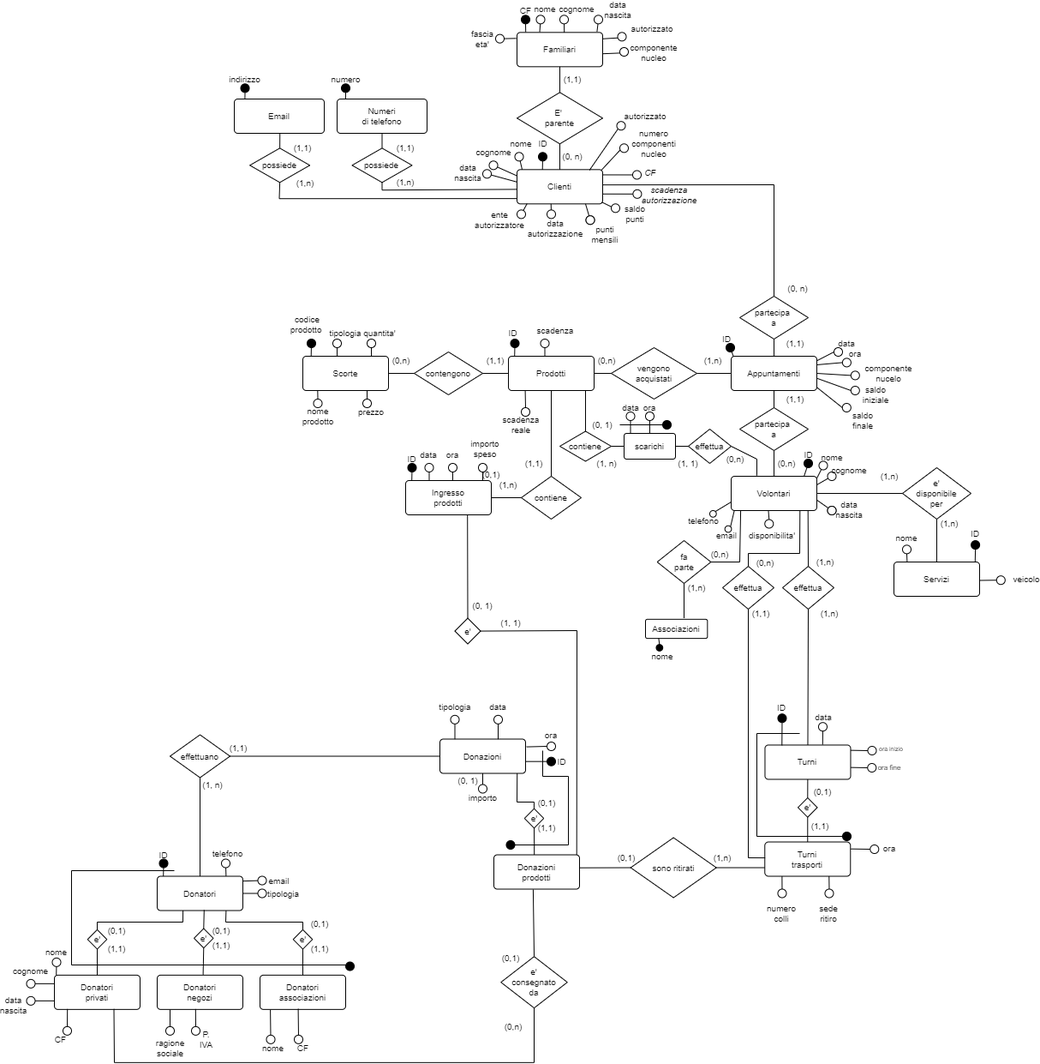
This is parte_1/deliverable/media/social_market_v2_ristrutturato.drawio.png from ChristianParodi/progetto-BDD, a draw.io export, as it was before one commit. Source tidied: cells renumbered, new cells last; positions are measured from the earlier drawing's top-left corner, leaving out a move shared by most shapes.
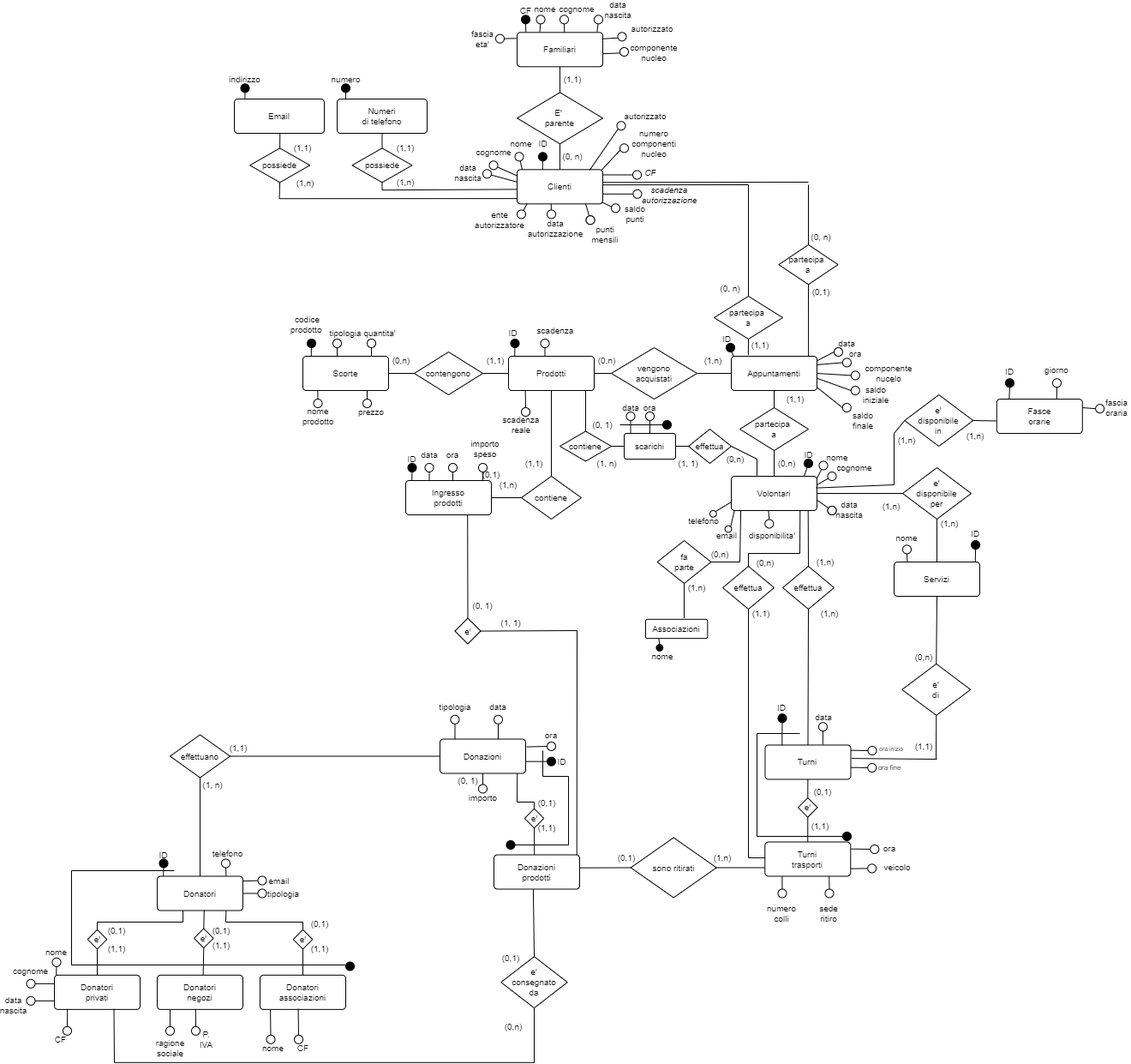
The same file after the commit.

Change to the diagram source:
```diff
@@ -73,14 +73,14 @@
       <mxGeometry x="510" y="856.5" width="100" height="40" as="geometry" />
     </mxCell>
     <mxCell id="24" value="partecipa&amp;nbsp;&lt;br style=&quot;font-size: 10px;&quot;&gt;a" style="shape=rhombus;perimeter=rhombusPerimeter;whiteSpace=wrap;html=1;align=center;fontSize=10;" parent="1" vertex="1">
-      <mxGeometry x="860" y="340" width="80" height="50" as="geometry" />
+      <mxGeometry x="830" y="340" width="80" height="50" as="geometry" />
     </mxCell>
     <mxCell id="25" style="endArrow=none;html=1;rounded=0;entryX=0.996;entryY=0.446;entryDx=0;entryDy=0;fontSize=10;entryPerimeter=0;" parent="1" edge="1" target="2">
       <mxGeometry relative="1" as="geometry">
-        <mxPoint x="900" y="210" as="sourcePoint" />
+        <mxPoint x="870" y="210" as="sourcePoint" />
       </mxGeometry>
     </mxCell>
-    <mxCell id="26" style="endArrow=none;html=1;rounded=0;entryX=0.5;entryY=1;entryDx=0;entryDy=0;exitX=0.5;exitY=0;exitDx=0;exitDy=0;fontSize=10;" parent="1" edge="1" source="11" target="24">
+    <mxCell id="26" style="endArrow=none;html=1;rounded=0;entryX=0.5;entryY=1;entryDx=0;entryDy=0;exitX=0.199;exitY=-0.034;exitDx=0;exitDy=0;fontSize=10;exitPerimeter=0;" parent="1" edge="1" source="11" target="24">
       <mxGeometry relative="1" as="geometry" />
     </mxCell>
     <mxCell id="27" value="partecipa&amp;nbsp;&lt;br style=&quot;font-size: 10px;&quot;&gt;a" style="shape=rhombus;perimeter=rhombusPerimeter;whiteSpace=wrap;html=1;align=center;fontSize=10;" parent="1" vertex="1">
@@ -118,7 +118,7 @@
     </mxCell>
     <mxCell id="38" style="endArrow=none;html=1;rounded=0;exitX=0.5;exitY=0;exitDx=0;exitDy=0;fontSize=10;" parent="1" edge="1" source="24">
       <mxGeometry relative="1" as="geometry">
-        <mxPoint x="900" y="210" as="targetPoint" />
+        <mxPoint x="870" y="210" as="targetPoint" />
       </mxGeometry>
     </mxCell>
     <mxCell id="39" value="sono ritirati" style="shape=rhombus;perimeter=rhombusPerimeter;whiteSpace=wrap;html=1;align=center;fontSize=10;" parent="1" vertex="1">
@@ -171,10 +171,10 @@
       </mxGeometry>
     </mxCell>
     <mxCell id="54" value="(0, n)" style="text;html=1;strokeColor=none;fillColor=none;align=center;verticalAlign=middle;whiteSpace=wrap;rounded=0;fontSize=10;" parent="1" vertex="1">
-      <mxGeometry x="912.7" y="326.3" width="30" height="10" as="geometry" />
+      <mxGeometry x="834" y="326.3" width="30" height="10" as="geometry" />
     </mxCell>
     <mxCell id="55" value="(1,1)" style="text;html=1;strokeColor=none;fillColor=none;align=center;verticalAlign=middle;whiteSpace=wrap;rounded=0;fontSize=10;" parent="1" vertex="1">
-      <mxGeometry x="910" y="390" width="30" height="10" as="geometry" />
+      <mxGeometry x="869.3" y="392.4" width="30" height="10" as="geometry" />
     </mxCell>
     <mxCell id="56" value="(1,n)" style="text;html=1;strokeColor=none;fillColor=none;align=center;verticalAlign=middle;whiteSpace=wrap;rounded=0;fontSize=10;" parent="1" vertex="1">
       <mxGeometry x="814" y="410" width="30" height="10" as="geometry" />
@@ -219,7 +219,7 @@
       <mxGeometry x="870" y="705" width="30" height="10" as="geometry" />
     </mxCell>
     <mxCell id="70" value="(1,n)" style="text;html=1;strokeColor=none;fillColor=none;align=center;verticalAlign=middle;whiteSpace=wrap;rounded=0;fontSize=10;" parent="1" vertex="1">
-      <mxGeometry x="1020" y="545" width="30" height="10" as="geometry" />
+      <mxGeometry x="1022.3" y="580" width="30" height="10" as="geometry" />
     </mxCell>
     <mxCell id="71" value="(1,n)" style="text;html=1;strokeColor=none;fillColor=none;align=center;verticalAlign=middle;whiteSpace=wrap;rounded=0;fontSize=10;" parent="1" vertex="1">
       <mxGeometry x="1090" y="600" width="30" height="10" as="geometry" />
@@ -460,7 +460,7 @@
       <mxGeometry x="952.5" y="532.5" width="10" height="10" as="geometry" />
     </mxCell>
     <mxCell id="147" value="nome" style="text;html=1;strokeColor=none;fillColor=none;align=center;verticalAlign=middle;whiteSpace=wrap;rounded=0;fontSize=10;" parent="1" vertex="1">
-      <mxGeometry x="952.5" y="522.5" width="30" height="10" as="geometry" />
+      <mxGeometry x="959.3" y="522.5" width="30" height="10" as="geometry" />
     </mxCell>
     <mxCell id="148" style="endArrow=none;html=1;rounded=0;exitX=1;exitY=0.25;exitDx=0;exitDy=0;fontSize=10;" parent="1" edge="1" source="14" target="149">
       <mxGeometry relative="1" as="geometry" />
@@ -469,7 +469,7 @@
       <mxGeometry x="962.5" y="545" width="10" height="10" as="geometry" />
     </mxCell>
     <mxCell id="150" value="cognome" style="text;html=1;strokeColor=none;fillColor=none;align=center;verticalAlign=middle;whiteSpace=wrap;rounded=0;fontSize=10;" parent="1" vertex="1">
-      <mxGeometry x="972.5" y="537.5" width="30" height="10" as="geometry" />
+      <mxGeometry x="979.3" y="535" width="30" height="10" as="geometry" />
     </mxCell>
     <mxCell id="151" style="endArrow=none;html=1;rounded=0;exitX=1.003;exitY=0.698;exitDx=0;exitDy=0;exitPerimeter=0;fontSize=10;" parent="1" edge="1" source="14" target="152">
       <mxGeometry relative="1" as="geometry" />
@@ -729,7 +729,7 @@
       </mxGeometry>
     </mxCell>
     <mxCell id="229" value="ID" style="text;html=1;strokeColor=none;fillColor=none;align=center;verticalAlign=middle;whiteSpace=wrap;rounded=0;fontSize=10;" parent="1" vertex="1">
-      <mxGeometry x="1120" y="610.5" width="30" height="12.3" as="geometry" />
+      <mxGeometry x="1120.1" y="610.5" width="30" height="12.3" as="geometry" />
     </mxCell>
     <mxCell id="230" style="ellipse;whiteSpace=wrap;html=1;fillColor=#000000;fontSize=10;" parent="1" vertex="1">
       <mxGeometry x="1130.1" y="625.1" width="10" height="10" as="geometry" />
@@ -739,14 +739,14 @@
     </mxCell>
     <mxCell id="232" style="endArrow=none;html=1;rounded=0;exitX=1.002;exitY=0.192;exitDx=0;exitDy=0;entryX=0;entryY=0.5;entryDx=0;entryDy=0;exitPerimeter=0;fontSize=10;" parent="1" edge="1" target="234">
       <mxGeometry relative="1" as="geometry">
-        <mxPoint x="1139.9" y="671.5" as="sourcePoint" />
+        <mxPoint x="989.3" y="1007.7" as="sourcePoint" />
       </mxGeometry>
     </mxCell>
     <mxCell id="233" value="veicolo" style="text;html=1;strokeColor=none;fillColor=none;align=center;verticalAlign=middle;whiteSpace=wrap;rounded=0;fontSize=10;" parent="1" vertex="1">
-      <mxGeometry x="1179.8" y="663.8" width="30" height="12.3" as="geometry" />
+      <mxGeometry x="1029.2" y="1000" width="30" height="12.3" as="geometry" />
     </mxCell>
     <mxCell id="234" style="ellipse;whiteSpace=wrap;html=1;fontSize=10;" parent="1" vertex="1">
-      <mxGeometry x="1159.8" y="666.2" width="10" height="10" as="geometry" />
+      <mxGeometry x="1009.2" y="1002.4" width="10" height="10" as="geometry" />
     </mxCell>
     <mxCell id="235" style="ellipse;whiteSpace=wrap;html=1;fontSize=10;" parent="1" vertex="1">
       <mxGeometry x="1050" y="630.4" width="10" height="10" as="geometry" />
@@ -1376,5 +1376,107 @@
     <mxCell id="402" value="(0, 1)" style="text;html=1;strokeColor=none;fillColor=none;align=center;verticalAlign=middle;whiteSpace=wrap;rounded=0;fontSize=10;" parent="1" vertex="1">
       <mxGeometry x="528" y="899.5" width="30" height="10" as="geometry" />
     </mxCell>
+    <mxCell id="403" value="e'&lt;br&gt;di" style="shape=rhombus;perimeter=rhombusPerimeter;whiteSpace=wrap;html=1;align=center;fontSize=10;" parent="1" vertex="1">
+      <mxGeometry x="1049.3" y="768.8" width="80" height="60" as="geometry" />
+    </mxCell>
+    <mxCell id="404" style="endArrow=none;html=1;entryX=0.5;entryY=0;entryDx=0;entryDy=0;exitX=0.5;exitY=1;exitDx=0;exitDy=0;" parent="1" edge="1" source="15" target="403">
+      <mxGeometry relative="1" as="geometry" />
+    </mxCell>
+    <mxCell id="405" style="endArrow=none;html=1;entryX=0.5;entryY=1;entryDx=0;entryDy=0;" parent="1" edge="1" target="403">
+      <mxGeometry relative="1" as="geometry">
+        <mxPoint x="1089" y="880" as="sourcePoint" />
+      </mxGeometry>
+    </mxCell>
+    <mxCell id="406" style="endArrow=none;html=1;exitX=1.011;exitY=0.391;exitDx=0;exitDy=0;exitPerimeter=0;" parent="1" edge="1" source="16">
+      <mxGeometry relative="1" as="geometry">
+        <mxPoint x="1090" y="880" as="targetPoint" />
+      </mxGeometry>
+    </mxCell>
+    <mxCell id="407" value="(1,1)" style="text;html=1;strokeColor=none;fillColor=none;align=center;verticalAlign=middle;whiteSpace=wrap;rounded=0;fontSize=10;" parent="1" vertex="1">
+      <mxGeometry x="1060" y="860" width="30" height="10" as="geometry" />
+    </mxCell>
+    <mxCell id="408" value="(0,n)" style="text;html=1;strokeColor=none;fillColor=none;align=center;verticalAlign=middle;whiteSpace=wrap;rounded=0;fontSize=10;" parent="1" vertex="1">
+      <mxGeometry x="1060" y="756.2" width="30" height="10" as="geometry" />
+    </mxCell>
+    <mxCell id="409" value="Fasce&lt;br&gt;orarie" style="rounded=1;arcSize=10;whiteSpace=wrap;html=1;align=center;fontSize=10;" parent="1" vertex="1">
+      <mxGeometry x="1159.8" y="460" width="100" height="40" as="geometry" />
+    </mxCell>
+    <mxCell id="410" style="endArrow=none;html=1;rounded=0;exitX=0.145;exitY=-0.01;exitDx=0;exitDy=0;exitPerimeter=0;entryX=0.5;entryY=1;entryDx=0;entryDy=0;fontSize=10;" parent="1" edge="1" source="409" target="412">
+      <mxGeometry relative="1" as="geometry" />
+    </mxCell>
+    <mxCell id="411" value="ID" style="text;html=1;strokeColor=none;fillColor=none;align=center;verticalAlign=middle;whiteSpace=wrap;rounded=0;fontSize=10;" parent="1" vertex="1">
+      <mxGeometry x="1160" y="421.6" width="30" height="12.3" as="geometry" />
+    </mxCell>
+    <mxCell id="412" style="ellipse;whiteSpace=wrap;html=1;fillColor=#000000;fontSize=10;" parent="1" vertex="1">
+      <mxGeometry x="1170" y="436.2" width="10" height="10" as="geometry" />
+    </mxCell>
+    <mxCell id="413" style="ellipse;whiteSpace=wrap;html=1;fontSize=10;" parent="1" vertex="1">
+      <mxGeometry x="1225" y="436.2" width="10" height="10" as="geometry" />
+    </mxCell>
+    <mxCell id="414" style="endArrow=none;html=1;rounded=0;exitX=0.7;exitY=-0.003;exitDx=0;exitDy=0;exitPerimeter=0;fontSize=10;entryX=0.5;entryY=1;entryDx=0;entryDy=0;" parent="1" edge="1" source="409" target="413">
+      <mxGeometry relative="1" as="geometry" />
+    </mxCell>
+    <mxCell id="415" value="giorno" style="text;html=1;strokeColor=none;fillColor=none;align=center;verticalAlign=middle;whiteSpace=wrap;rounded=0;fontSize=10;" parent="1" vertex="1">
+      <mxGeometry x="1215" y="420" width="30" height="12.3" as="geometry" />
+    </mxCell>
+    <mxCell id="416" style="ellipse;whiteSpace=wrap;html=1;fontSize=10;" parent="1" vertex="1">
+      <mxGeometry x="1275.2" y="466.2" width="10" height="10" as="geometry" />
+    </mxCell>
+    <mxCell id="417" value="fascia&lt;br&gt;oraria" style="text;html=1;strokeColor=none;fillColor=none;align=center;verticalAlign=middle;whiteSpace=wrap;rounded=0;fontSize=10;" parent="1" vertex="1">
+      <mxGeometry x="1285.2" y="463.8" width="30" height="12.3" as="geometry" />
+    </mxCell>
+    <mxCell id="418" style="endArrow=none;html=1;entryX=0;entryY=0.5;entryDx=0;entryDy=0;exitX=1;exitY=0.25;exitDx=0;exitDy=0;" parent="1" edge="1" source="409" target="416">
+      <mxGeometry relative="1" as="geometry" />
+    </mxCell>
+    <mxCell id="419" style="endArrow=none;html=1;exitX=0.99;exitY=0.34;exitDx=0;exitDy=0;exitPerimeter=0;" parent="1" edge="1" source="14">
+      <mxGeometry relative="1" as="geometry">
+        <mxPoint x="1040" y="560" as="targetPoint" />
+      </mxGeometry>
+    </mxCell>
+    <mxCell id="420" value="e'&lt;br style=&quot;font-size: 10px&quot;&gt;disponibile&lt;br style=&quot;font-size: 10px&quot;&gt;in" style="shape=rhombus;perimeter=rhombusPerimeter;whiteSpace=wrap;html=1;align=center;fontSize=10;" parent="1" vertex="1">
+      <mxGeometry x="1052.3" y="455" width="80" height="60" as="geometry" />
+    </mxCell>
+    <mxCell id="421" style="endArrow=none;html=1;" parent="1" edge="1">
+      <mxGeometry relative="1" as="geometry">
+        <mxPoint x="1040" y="560" as="sourcePoint" />
+        <mxPoint x="1040" y="500" as="targetPoint" />
+      </mxGeometry>
+    </mxCell>
+    <mxCell id="422" style="endArrow=none;html=1;entryX=0;entryY=0.5;entryDx=0;entryDy=0;" parent="1" edge="1" target="420">
+      <mxGeometry relative="1" as="geometry">
+        <mxPoint x="1040" y="500" as="sourcePoint" />
+      </mxGeometry>
+    </mxCell>
+    <mxCell id="423" style="endArrow=none;html=1;exitX=1;exitY=0.5;exitDx=0;exitDy=0;entryX=-0.007;entryY=0.636;entryDx=0;entryDy=0;entryPerimeter=0;" parent="1" edge="1" source="420" target="409">
+      <mxGeometry relative="1" as="geometry" />
+    </mxCell>
+    <mxCell id="424" value="(1,n)" style="text;html=1;strokeColor=none;fillColor=none;align=center;verticalAlign=middle;whiteSpace=wrap;rounded=0;fontSize=10;" parent="1" vertex="1">
+      <mxGeometry x="1040" y="502.5" width="30" height="10" as="geometry" />
+    </mxCell>
+    <mxCell id="425" value="(1,n)" style="text;html=1;strokeColor=none;fillColor=none;align=center;verticalAlign=middle;whiteSpace=wrap;rounded=0;fontSize=10;" parent="1" vertex="1">
+      <mxGeometry x="1120" y="497.5" width="30" height="10" as="geometry" />
+    </mxCell>
+    <mxCell id="426" value="partecipa&amp;nbsp;&lt;br style=&quot;font-size: 10px;&quot;&gt;a" style="shape=rhombus;perimeter=rhombusPerimeter;whiteSpace=wrap;html=1;align=center;fontSize=10;" parent="1" vertex="1">
+      <mxGeometry x="905.4" y="280" width="69.3" height="46.3" as="geometry" />
+    </mxCell>
+    <mxCell id="427" style="endArrow=none;html=1;exitX=1.003;exitY=0.373;exitDx=0;exitDy=0;exitPerimeter=0;" parent="1" edge="1" source="2">
+      <mxGeometry relative="1" as="geometry">
+        <mxPoint x="940" y="207" as="targetPoint" />
+      </mxGeometry>
+    </mxCell>
+    <mxCell id="428" style="endArrow=none;html=1;exitX=0.5;exitY=0;exitDx=0;exitDy=0;" parent="1" edge="1" source="426">
+      <mxGeometry relative="1" as="geometry">
+        <mxPoint x="940" y="210" as="targetPoint" />
+      </mxGeometry>
+    </mxCell>
+    <mxCell id="429" style="endArrow=none;html=1;entryX=0.5;entryY=1;entryDx=0;entryDy=0;exitX=0.901;exitY=-0.011;exitDx=0;exitDy=0;exitPerimeter=0;" parent="1" edge="1" source="11" target="426">
+      <mxGeometry relative="1" as="geometry" />
+    </mxCell>
+    <mxCell id="430" value="(0, n)" style="text;html=1;strokeColor=none;fillColor=none;align=center;verticalAlign=middle;whiteSpace=wrap;rounded=0;fontSize=10;" parent="1" vertex="1">
+      <mxGeometry x="940" y="266.2" width="30" height="10" as="geometry" />
+    </mxCell>
+    <mxCell id="431" value="(0,1)" style="text;html=1;strokeColor=none;fillColor=none;align=center;verticalAlign=middle;whiteSpace=wrap;rounded=0;fontSize=10;" parent="1" vertex="1">
+      <mxGeometry x="940" y="330" width="30" height="10" as="geometry" />
+    </mxCell>
   </root>
 </mxGraphModel>
```
